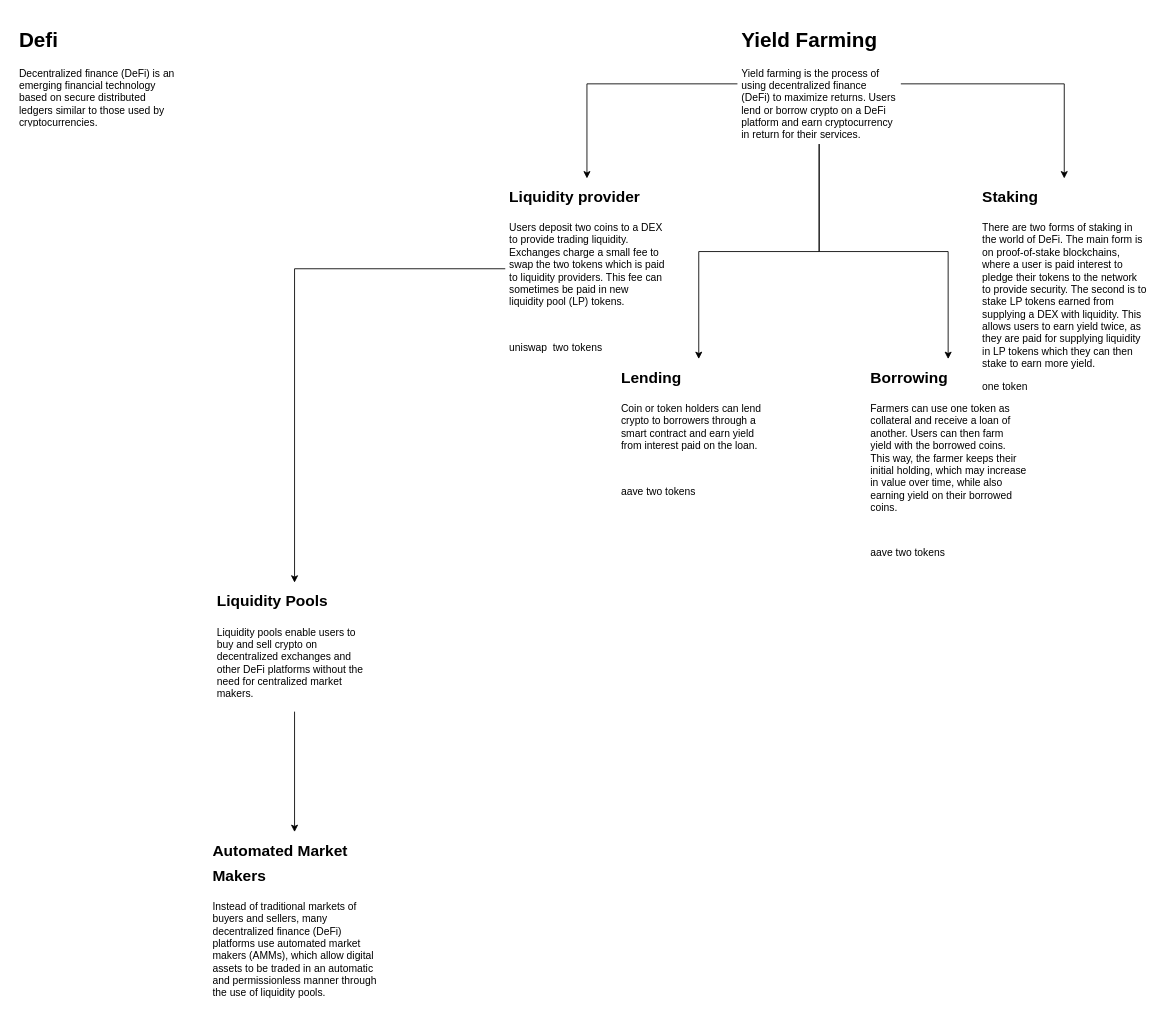
The draw.io diagram blockchain.drawio in danielang2020/diagrams, before the edit. Source tidied: cells renumbered, new cells numbered last; positions are measured from the earlier drawing's top-left corner, leaving out a move shared by most shapes. Both pictures are drawn from the tidied source at 86%, with x=0, y=0 at pixel (15, 23).
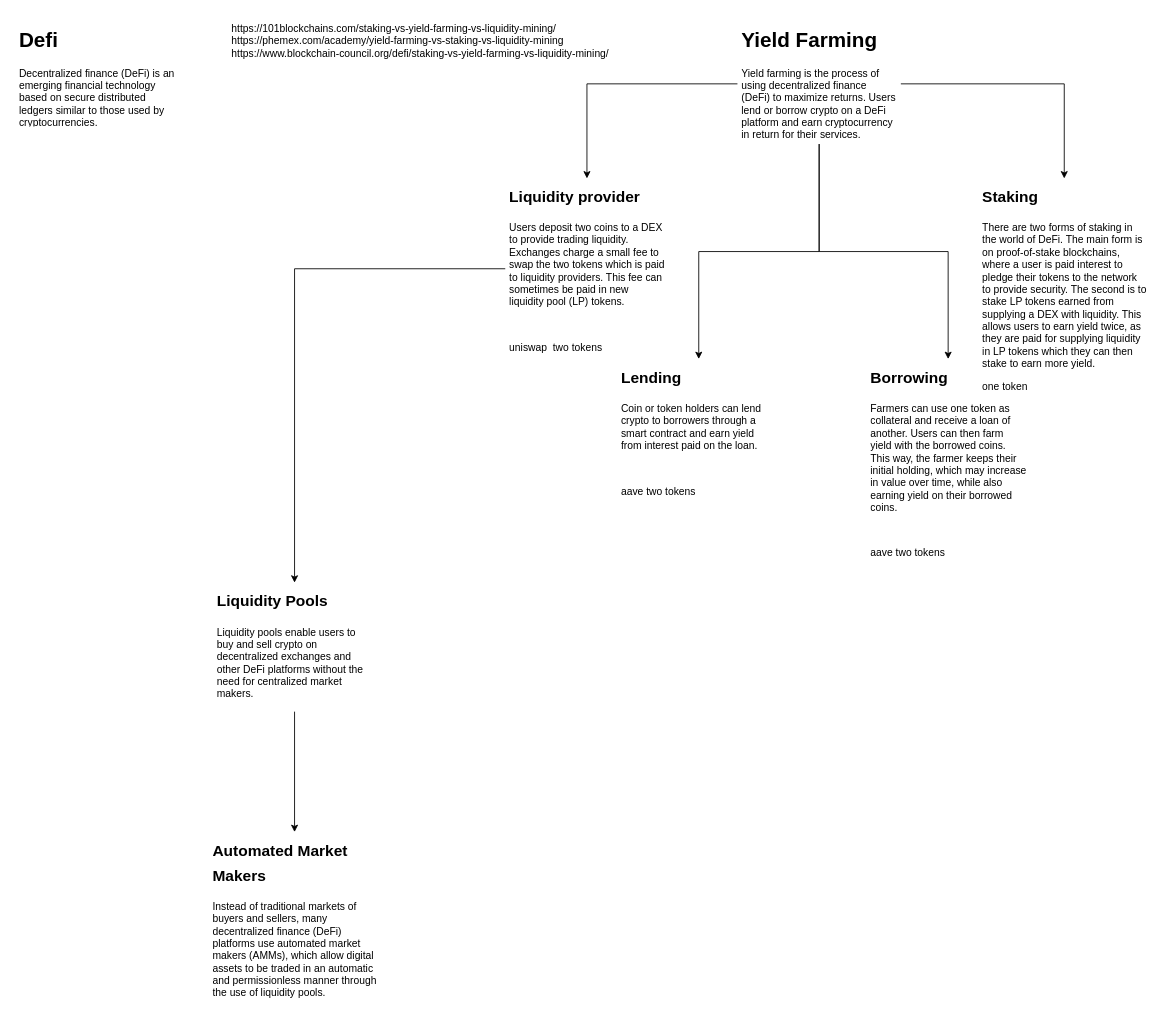
Above is the later version.

Change to the diagram source:
```diff
@@
 <mxGraphModel>
   <root>
     <mxCell id="0" />
     <mxCell id="1" parent="0" />
     <mxCell id="2" value="&lt;h1&gt;Defi&lt;/h1&gt;&lt;p&gt;Decentralized finance (DeFi) is an emerging financial technology based on secure distributed ledgers similar to those used by cryptocurrencies.&amp;nbsp;&lt;br&gt;&lt;/p&gt;" style="text;html=1;strokeColor=none;fillColor=none;spacing=5;spacingTop=-20;whiteSpace=wrap;overflow=hidden;rounded=0;" parent="1" vertex="1">
       <mxGeometry width="190" height="120" as="geometry" />
     </mxCell>
     <mxCell id="3" style="edgeStyle=orthogonalEdgeStyle;rounded=0;jettySize=auto;html=1;" parent="1" edge="1" source="7" target="9">
       <mxGeometry relative="1" as="geometry" />
     </mxCell>
     <mxCell id="4" style="edgeStyle=orthogonalEdgeStyle;rounded=0;jettySize=auto;html=1;" parent="1" edge="1" source="7" target="10">
       <mxGeometry relative="1" as="geometry" />
     </mxCell>
     <mxCell id="5" style="edgeStyle=orthogonalEdgeStyle;rounded=0;jettySize=auto;html=1;" parent="1" edge="1" source="7" target="11">
       <mxGeometry relative="1" as="geometry" />
     </mxCell>
     <mxCell id="6" style="edgeStyle=orthogonalEdgeStyle;rounded=0;jettySize=auto;html=1;" parent="1" edge="1" source="7" target="12">
       <mxGeometry relative="1" as="geometry" />
     </mxCell>
     <mxCell id="7" value="&lt;h1&gt;Yield Farming&lt;/h1&gt;&lt;p&gt;Yield farming is the process of using decentralized finance (DeFi) to maximize returns. Users lend or borrow crypto on a DeFi platform and earn cryptocurrency in return for their services.&lt;br&gt;&lt;/p&gt;" style="text;html=1;strokeColor=none;fillColor=none;spacing=5;spacingTop=-20;whiteSpace=wrap;overflow=hidden;rounded=0;" parent="1" vertex="1">
       <mxGeometry x="840" width="190" height="140" as="geometry" />
     </mxCell>
     <mxCell id="8" style="edgeStyle=orthogonalEdgeStyle;rounded=0;jettySize=auto;html=1;" parent="1" edge="1" source="9" target="14">
       <mxGeometry relative="1" as="geometry" />
     </mxCell>
     <mxCell id="9" value="&lt;h1&gt;&lt;span style=&quot;box-sizing: border-box; font-weight: bolder; font-family: base; font-size: 18px;&quot;&gt;Liquidity provider&lt;/span&gt;&lt;br&gt;&lt;/h1&gt;&lt;p&gt;Users deposit two coins to a DEX to provide trading liquidity. Exchanges charge a small fee to swap the two tokens which is paid to liquidity providers. This fee can sometimes be paid in new liquidity pool (LP) tokens.&lt;br&gt;&lt;/p&gt;&lt;p&gt;&lt;br&gt;&lt;/p&gt;&lt;p&gt;uniswap&amp;nbsp; two tokens&lt;/p&gt;" style="text;html=1;strokeColor=none;fillColor=none;spacing=5;spacingTop=-20;whiteSpace=wrap;overflow=hidden;rounded=0;" parent="1" vertex="1">
       <mxGeometry x="570" y="180" width="190" height="210" as="geometry" />
     </mxCell>
     <mxCell id="10" value="&lt;h1&gt;&lt;span style=&quot;box-sizing: border-box; font-weight: bolder; font-family: base; font-size: 18px;&quot;&gt;Lending&lt;/span&gt;&lt;br&gt;&lt;/h1&gt;&lt;p&gt;Coin or token holders can lend crypto to borrowers through a smart contract and earn yield from interest paid on the loan.&lt;br&gt;&lt;/p&gt;&lt;p&gt;&lt;br&gt;&lt;/p&gt;&lt;p&gt;aave two tokens&lt;/p&gt;" style="text;html=1;strokeColor=none;fillColor=none;spacing=5;spacingTop=-20;whiteSpace=wrap;overflow=hidden;rounded=0;" parent="1" vertex="1">
       <mxGeometry x="700" y="390" width="190" height="160" as="geometry" />
     </mxCell>
     <mxCell id="11" value="&lt;h1&gt;&lt;span style=&quot;box-sizing: border-box; font-weight: bolder; font-family: base; font-size: 18px;&quot;&gt;Borrowing&lt;/span&gt;&lt;br&gt;&lt;/h1&gt;&lt;p&gt;Farmers can use one token as collateral and receive a loan of another. Users can then farm yield with the borrowed coins. This way, the farmer keeps their initial holding, which may increase in value over time, while also earning yield on their borrowed coins.&lt;br&gt;&lt;/p&gt;&lt;p&gt;&lt;br&gt;&lt;/p&gt;&lt;p&gt;aave two tokens&lt;/p&gt;" style="text;html=1;strokeColor=none;fillColor=none;spacing=5;spacingTop=-20;whiteSpace=wrap;overflow=hidden;rounded=0;" parent="1" vertex="1">
       <mxGeometry x="990" y="390" width="190" height="230" as="geometry" />
     </mxCell>
     <mxCell id="12" value="&lt;h1&gt;&lt;span style=&quot;box-sizing: border-box; font-weight: bolder; font-family: base; font-size: 18px;&quot;&gt;Staking&lt;/span&gt;&lt;br&gt;&lt;/h1&gt;&lt;p&gt;There are two forms of staking in the world of DeFi. The main form is on proof-of-stake blockchains, where a user is paid interest to pledge their tokens to the network to provide security. The second is to stake LP tokens earned from supplying a DEX with liquidity. This allows users to earn yield twice, as they are paid for supplying liquidity in LP tokens which they can then stake to earn more yield.&lt;/p&gt;&lt;p&gt;one token&lt;/p&gt;&lt;div&gt;&lt;br&gt;&lt;/div&gt;" style="text;html=1;strokeColor=none;fillColor=none;spacing=5;spacingTop=-20;whiteSpace=wrap;overflow=hidden;rounded=0;" parent="1" vertex="1">
       <mxGeometry x="1120" y="180" width="200" height="260" as="geometry" />
     </mxCell>
     <mxCell id="13" style="edgeStyle=orthogonalEdgeStyle;rounded=0;jettySize=auto;html=1;" parent="1" edge="1" source="14" target="15">
       <mxGeometry relative="1" as="geometry" />
     </mxCell>
     <mxCell id="14" value="&lt;h1&gt;&lt;span style=&quot;box-sizing: border-box; font-weight: bolder; font-family: base; font-size: 18px;&quot;&gt;Liquidity Pools&lt;/span&gt;&lt;br&gt;&lt;/h1&gt;&lt;p&gt;Liquidity pools enable users to buy and sell crypto on decentralized exchanges and other DeFi platforms without the need for centralized market makers.&lt;br&gt;&lt;/p&gt;" style="text;html=1;strokeColor=none;fillColor=none;spacing=5;spacingTop=-20;whiteSpace=wrap;overflow=hidden;rounded=0;" parent="1" vertex="1">
       <mxGeometry x="230" y="650" width="190" height="150" as="geometry" />
     </mxCell>
     <mxCell id="15" value="&lt;h1&gt;&lt;font face=&quot;base&quot;&gt;&lt;span style=&quot;font-size: 18px;&quot;&gt;Automated Market Makers&lt;/span&gt;&lt;/font&gt;&lt;br&gt;&lt;/h1&gt;&lt;p&gt;Instead of traditional markets of buyers and sellers, many decentralized finance (DeFi) platforms use automated market makers (AMMs), which allow digital assets to be traded in an automatic and permissionless manner through the use of liquidity pools.&lt;br&gt;&lt;/p&gt;" style="text;html=1;strokeColor=none;fillColor=none;spacing=5;spacingTop=-20;whiteSpace=wrap;overflow=hidden;rounded=0;" parent="1" vertex="1">
       <mxGeometry x="225" y="940" width="200" height="200" as="geometry" />
     </mxCell>
+    <mxCell id="16" value="https://101blockchains.com/staking-vs-yield-farming-vs-liquidity-mining/&lt;br&gt;https://phemex.com/academy/yield-farming-vs-staking-vs-liquidity-mining&lt;br&gt;https://www.blockchain-council.org/defi/staking-vs-yield-farming-vs-liquidity-mining/" style="text;html=1;strokeColor=none;fillColor=none;align=left;verticalAlign=middle;whiteSpace=wrap;rounded=0;" parent="1" vertex="1">
+      <mxGeometry x="250" width="490" height="40" as="geometry" />
+    </mxCell>
   </root>
 </mxGraphModel>
```
